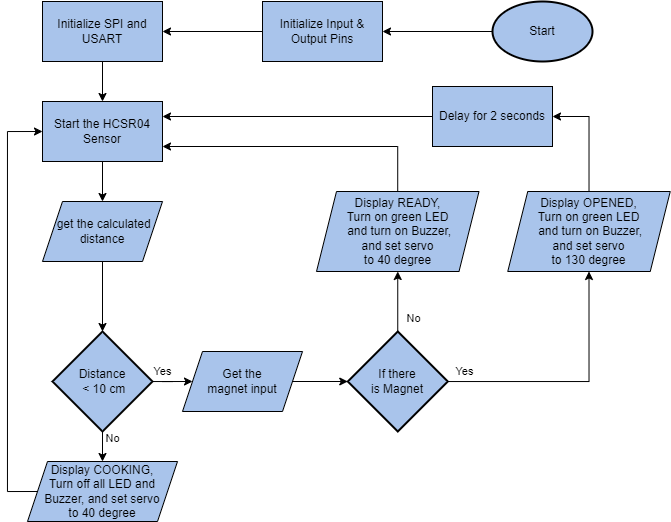
Above: Documentation/Software_Flowchart.png in rayhan-akbar/FinalProject-B4 (draw.io), before the change. Source tidied: cells renumbered, new cells last; positions are measured from the earlier drawing's top-left corner, leaving out a move shared by most shapes. The source it was exported from:
```xml
<mxGraphModel>
  <root>
    <mxCell id="0" />
    <mxCell id="1" parent="0" />
    <mxCell id="2" style="edgeStyle=orthogonalEdgeStyle;rounded=0;jettySize=auto;html=1;entryX=1;entryY=0.5;entryDx=0;entryDy=0;" parent="1" edge="1" source="3" target="25">
      <mxGeometry relative="1" as="geometry" />
    </mxCell>
    <mxCell id="3" value="Start" style="strokeWidth=2;html=1;shape=mxgraph.flowchart.start_1;whiteSpace=wrap;fillColor=#A9C4EB;" parent="1" vertex="1">
      <mxGeometry x="485" width="100" height="60" as="geometry" />
    </mxCell>
    <mxCell id="4" style="edgeStyle=orthogonalEdgeStyle;rounded=0;jettySize=auto;html=1;entryX=0.5;entryY=0;entryDx=0;entryDy=0;" parent="1" edge="1" source="5" target="7">
      <mxGeometry relative="1" as="geometry" />
    </mxCell>
    <mxCell id="5" value="Initialize SPI and USART" style="rounded=0;whiteSpace=wrap;html=1;fillColor=#A9C4EB;" parent="1" vertex="1">
      <mxGeometry x="35" width="120" height="60" as="geometry" />
    </mxCell>
    <mxCell id="6" style="edgeStyle=orthogonalEdgeStyle;rounded=0;jettySize=auto;html=1;entryX=0.5;entryY=0;entryDx=0;entryDy=0;" parent="1" edge="1" source="7" target="14">
      <mxGeometry relative="1" as="geometry" />
    </mxCell>
    <mxCell id="7" value="Start the HCSR04 Sensor" style="rounded=0;whiteSpace=wrap;html=1;fillColor=#A9C4EB;" parent="1" vertex="1">
      <mxGeometry x="35" y="100" width="120" height="60" as="geometry" />
    </mxCell>
    <mxCell id="8" style="edgeStyle=orthogonalEdgeStyle;rounded=0;jettySize=auto;html=1;entryX=0.5;entryY=0;entryDx=0;entryDy=0;" parent="1" edge="1" source="12" target="16">
      <mxGeometry relative="1" as="geometry" />
    </mxCell>
    <mxCell id="9" value="No" style="edgeLabel;html=1;align=center;verticalAlign=middle;" parent="8" vertex="1">
      <mxGeometry x="-0.75" y="-1" relative="1" as="geometry">
        <mxPoint x="11" as="offset" />
      </mxGeometry>
    </mxCell>
    <mxCell id="10" style="edgeStyle=orthogonalEdgeStyle;rounded=0;jettySize=auto;html=1;entryX=0;entryY=0.5;entryDx=0;entryDy=0;" parent="1" edge="1" source="12" target="18">
      <mxGeometry relative="1" as="geometry" />
    </mxCell>
    <mxCell id="11" value="Yes" style="edgeLabel;html=1;align=center;verticalAlign=middle;" parent="10" vertex="1">
      <mxGeometry x="-0.75" y="1" relative="1" as="geometry">
        <mxPoint x="2" y="-9" as="offset" />
      </mxGeometry>
    </mxCell>
    <mxCell id="12" value="Distance&lt;br&gt;&amp;nbsp;&amp;lt; 10 cm" style="strokeWidth=2;html=1;shape=mxgraph.flowchart.decision;whiteSpace=wrap;fillColor=#A9C4EB;" parent="1" vertex="1">
      <mxGeometry x="45" y="330" width="100" height="100" as="geometry" />
    </mxCell>
    <mxCell id="13" style="edgeStyle=orthogonalEdgeStyle;rounded=0;jettySize=auto;html=1;entryX=0.5;entryY=0;entryDx=0;entryDy=0;entryPerimeter=0;" parent="1" edge="1" source="14" target="12">
      <mxGeometry relative="1" as="geometry" />
    </mxCell>
    <mxCell id="14" value="&amp;nbsp;get the calculated distance" style="shape=parallelogram;perimeter=parallelogramPerimeter;whiteSpace=wrap;html=1;fixedSize=1;fillColor=#A9C4EB;" parent="1" vertex="1">
      <mxGeometry x="35" y="200" width="120" height="60" as="geometry" />
    </mxCell>
    <mxCell id="15" style="edgeStyle=orthogonalEdgeStyle;rounded=0;jettySize=auto;html=1;entryX=0;entryY=0.5;entryDx=0;entryDy=0;exitX=0;exitY=0.5;exitDx=0;exitDy=0;" parent="1" edge="1" source="16" target="7">
      <mxGeometry relative="1" as="geometry">
        <Array as="points">
          <mxPoint y="490" />
          <mxPoint y="130" />
        </Array>
      </mxGeometry>
    </mxCell>
    <mxCell id="16" value="Display COOKING,&lt;br&gt;Turn off all LED and Buzzer, and set servo&lt;br&gt;to 40 degree" style="shape=parallelogram;perimeter=parallelogramPerimeter;whiteSpace=wrap;html=1;fixedSize=1;fillColor=#A9C4EB;" parent="1" vertex="1">
      <mxGeometry x="20" y="460" width="150" height="60" as="geometry" />
    </mxCell>
    <mxCell id="17" style="edgeStyle=orthogonalEdgeStyle;rounded=0;jettySize=auto;html=1;entryX=0;entryY=0.5;entryDx=0;entryDy=0;entryPerimeter=0;" parent="1" edge="1" source="18" target="23">
      <mxGeometry relative="1" as="geometry" />
    </mxCell>
    <mxCell id="18" value="Get the&lt;br&gt;magnet input" style="shape=parallelogram;perimeter=parallelogramPerimeter;whiteSpace=wrap;html=1;fixedSize=1;fillColor=#A9C4EB;" parent="1" vertex="1">
      <mxGeometry x="175" y="350" width="120" height="60" as="geometry" />
    </mxCell>
    <mxCell id="19" style="edgeStyle=orthogonalEdgeStyle;rounded=0;jettySize=auto;html=1;entryX=0.5;entryY=1;entryDx=0;entryDy=0;" parent="1" edge="1" source="23" target="27">
      <mxGeometry relative="1" as="geometry" />
    </mxCell>
    <mxCell id="20" value="No" style="edgeLabel;html=1;align=center;verticalAlign=middle;" parent="19" vertex="1">
      <mxGeometry x="-0.57" y="1" relative="1" as="geometry">
        <mxPoint x="16" as="offset" />
      </mxGeometry>
    </mxCell>
    <mxCell id="21" style="edgeStyle=orthogonalEdgeStyle;rounded=0;jettySize=auto;html=1;entryX=0.5;entryY=1;entryDx=0;entryDy=0;" parent="1" edge="1" source="23" target="29">
      <mxGeometry relative="1" as="geometry" />
    </mxCell>
    <mxCell id="22" value="Yes" style="edgeLabel;html=1;align=center;verticalAlign=middle;" parent="21" vertex="1">
      <mxGeometry x="-0.87" relative="1" as="geometry">
        <mxPoint y="-10" as="offset" />
      </mxGeometry>
    </mxCell>
    <mxCell id="23" value="If there &lt;br&gt;is Magnet" style="strokeWidth=2;html=1;shape=mxgraph.flowchart.decision;whiteSpace=wrap;fillColor=#A9C4EB;" parent="1" vertex="1">
      <mxGeometry x="340.2" y="330" width="100" height="100" as="geometry" />
    </mxCell>
    <mxCell id="24" style="edgeStyle=orthogonalEdgeStyle;rounded=0;jettySize=auto;html=1;entryX=1;entryY=0.5;entryDx=0;entryDy=0;" parent="1" edge="1" source="25" target="5">
      <mxGeometry relative="1" as="geometry" />
    </mxCell>
    <mxCell id="25" value="Initialize Input &amp;amp; Output Pins" style="rounded=0;whiteSpace=wrap;html=1;fillColor=#A9C4EB;" parent="1" vertex="1">
      <mxGeometry x="255" width="120" height="60" as="geometry" />
    </mxCell>
    <mxCell id="26" style="edgeStyle=orthogonalEdgeStyle;rounded=0;jettySize=auto;html=1;entryX=1;entryY=0.75;entryDx=0;entryDy=0;" parent="1" edge="1" source="27" target="7">
      <mxGeometry relative="1" as="geometry">
        <Array as="points">
          <mxPoint x="390" y="145" />
        </Array>
      </mxGeometry>
    </mxCell>
    <mxCell id="27" value="Display READY,&lt;br&gt;Turn on green LED&lt;br&gt;&amp;nbsp;and turn on Buzzer, &lt;br&gt;and set servo&lt;br&gt;to 40 degree" style="shape=parallelogram;perimeter=parallelogramPerimeter;whiteSpace=wrap;html=1;fixedSize=1;fillColor=#A9C4EB;" parent="1" vertex="1">
      <mxGeometry x="309" y="190" width="162.5" height="80" as="geometry" />
    </mxCell>
    <mxCell id="28" style="edgeStyle=orthogonalEdgeStyle;rounded=0;jettySize=auto;html=1;entryX=1;entryY=0.5;entryDx=0;entryDy=0;" parent="1" edge="1" source="29" target="31">
      <mxGeometry relative="1" as="geometry" />
    </mxCell>
    <mxCell id="29" value="Display OPENED,&lt;br&gt;Turn on green LED&lt;br&gt;&amp;nbsp;and turn on Buzzer, &lt;br&gt;and set servo&lt;br&gt;to 130 degree" style="shape=parallelogram;perimeter=parallelogramPerimeter;whiteSpace=wrap;html=1;fixedSize=1;fillColor=#A9C4EB;" parent="1" vertex="1">
      <mxGeometry x="500.2" y="190" width="162.5" height="80" as="geometry" />
    </mxCell>
    <mxCell id="30" style="edgeStyle=orthogonalEdgeStyle;rounded=0;jettySize=auto;html=1;entryX=1;entryY=0.25;entryDx=0;entryDy=0;" parent="1" edge="1" source="31" target="7">
      <mxGeometry relative="1" as="geometry" />
    </mxCell>
    <mxCell id="31" value="Delay for 2 seconds" style="rounded=0;whiteSpace=wrap;html=1;fillColor=#A9C4EB;" parent="1" vertex="1">
      <mxGeometry x="425" y="85" width="120" height="60" as="geometry" />
    </mxCell>
  </root>
</mxGraphModel>
```
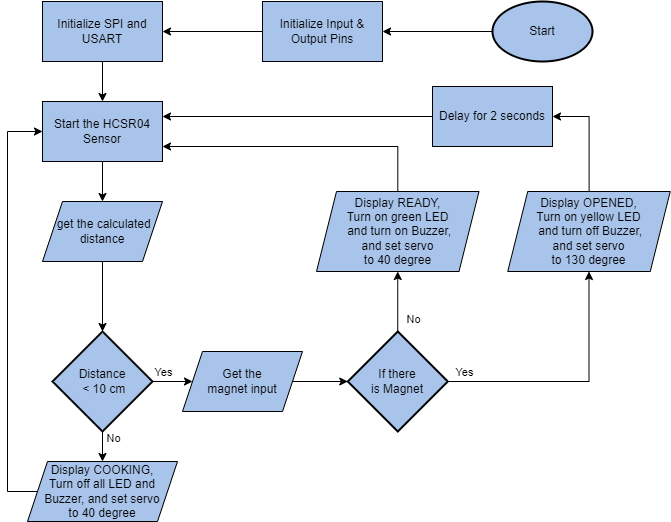
Later version of the same file.

Commit message:
editing flowchart

Diff of the diagram source:
```diff
@@ -100,7 +100,7 @@
     <mxCell id="28" style="edgeStyle=orthogonalEdgeStyle;rounded=0;jettySize=auto;html=1;entryX=1;entryY=0.5;entryDx=0;entryDy=0;" parent="1" edge="1" source="29" target="31">
       <mxGeometry relative="1" as="geometry" />
     </mxCell>
-    <mxCell id="29" value="Display OPENED,&lt;br&gt;Turn on green LED&lt;br&gt;&amp;nbsp;and turn on Buzzer, &lt;br&gt;and set servo&lt;br&gt;to 130 degree" style="shape=parallelogram;perimeter=parallelogramPerimeter;whiteSpace=wrap;html=1;fixedSize=1;fillColor=#A9C4EB;" parent="1" vertex="1">
+    <mxCell id="29" value="Display OPENED,&lt;br&gt;Turn on yellow LED&lt;br&gt;&amp;nbsp;and turn off Buzzer, &lt;br&gt;and set servo&lt;br&gt;to 130 degree" style="shape=parallelogram;perimeter=parallelogramPerimeter;whiteSpace=wrap;html=1;fixedSize=1;fillColor=#A9C4EB;" parent="1" vertex="1">
       <mxGeometry x="500.2" y="190" width="162.5" height="80" as="geometry" />
     </mxCell>
     <mxCell id="30" style="edgeStyle=orthogonalEdgeStyle;rounded=0;jettySize=auto;html=1;entryX=1;entryY=0.25;entryDx=0;entryDy=0;" parent="1" edge="1" source="31" target="7">
```
